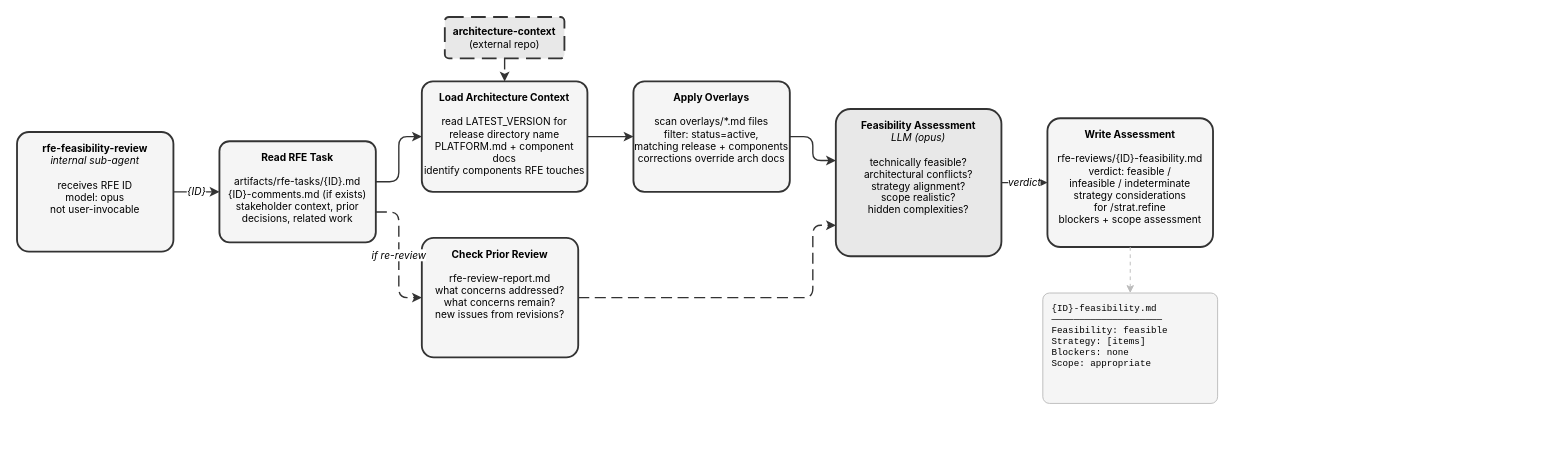
fege/skills-registry keeps this draw.io diagram as site/docs/plugins/rfe-creator/rfe-feasibility-review.drawio. Above is the earlier version. Source tidied: cells renumbered, new cells numbered last; positions are measured from the earlier drawing's top-left corner, leaving out a move shared by most shapes. Both pictures are drawn from the tidied source at 92%, with x=0, y=0 at pixel (17, 17).
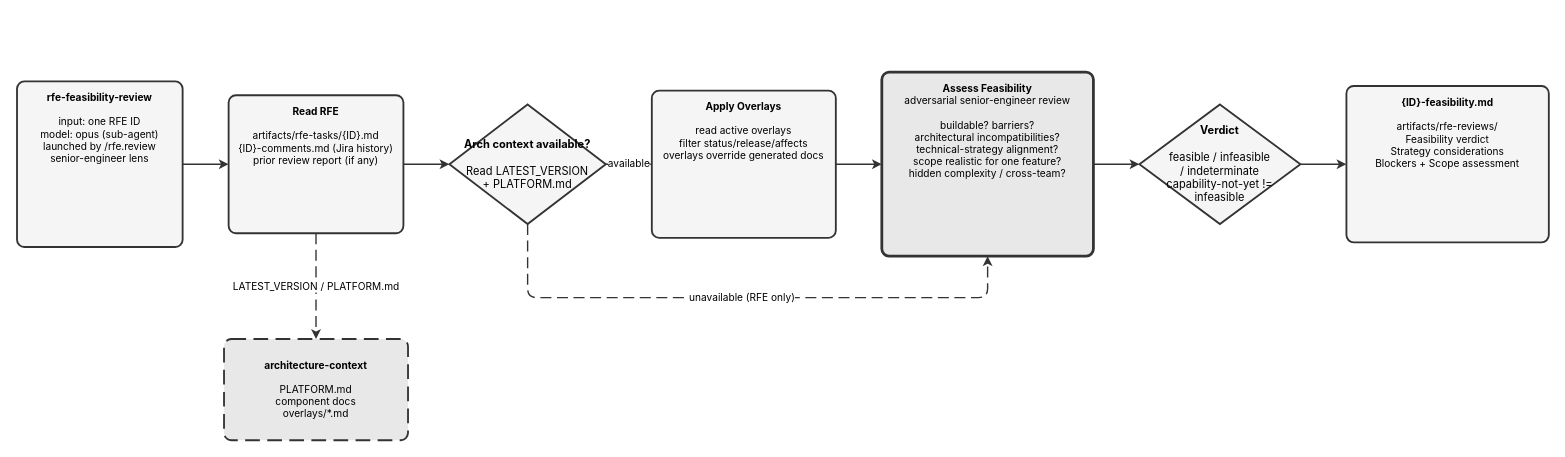
The same diagram, later.

What changed in the source:
```diff
@@
-    <mxCell id="2" value="&lt;b&gt;rfe-feasibility-review&lt;/b&gt;&lt;br&gt;&lt;i&gt;internal sub-agent&lt;/i&gt;&lt;br&gt;&lt;br&gt;receives RFE ID&lt;br&gt;model: opus&lt;br&gt;not user-invocable" style="rounded=1;whiteSpace=wrap;html=1;fillColor=#f5f5f5;strokeColor=#333333;strokeWidth=2;arcSize=10;verticalAlign=top;spacingTop=5;fontSize=11;fontFamily=Inter,Helvetica,Arial,sans-serif;" parent="1" vertex="1">
-      <mxGeometry y="125" width="170" height="130" as="geometry" />
+    <mxCell id="2" value="&lt;b&gt;rfe-feasibility-review&lt;/b&gt;&lt;br&gt;&lt;br&gt;input: one RFE ID&lt;br&gt;model: opus (sub-agent)&lt;br&gt;launched by /rfe.review&lt;br&gt;senior-engineer lens" style="rounded=1;whiteSpace=wrap;html=1;fillColor=#f5f5f5;strokeColor=#333333;strokeWidth=2;verticalAlign=top;spacingTop=5;fontSize=11;fontFamily=Inter,Helvetica,Arial,sans-serif;arcSize=16;absoluteArcSize=1;" parent="1" vertex="1">
+      <mxGeometry y="70" width="180" height="180" as="geometry" />
     </mxCell>
-    <mxCell id="3" value="&lt;b&gt;Read RFE Task&lt;/b&gt;&lt;br&gt;&lt;br&gt;artifacts/rfe-tasks/{ID}.md&lt;br&gt;{ID}-comments.md (if exists)&lt;br&gt;stakeholder context, prior&lt;br&gt;decisions, related work" style="rounded=1;whiteSpace=wrap;html=1;fillColor=#f5f5f5;strokeColor=#333333;strokeWidth=2;arcSize=10;verticalAlign=top;spacingTop=5;fontSize=11;fontFamily=Inter,Helvetica,Arial,sans-serif;" parent="1" vertex="1">
-      <mxGeometry x="220" y="135" width="170" height="110" as="geometry" />
+    <mxCell id="3" value="&lt;b&gt;Read RFE&lt;/b&gt;&lt;br&gt;&lt;br&gt;artifacts/rfe-tasks/{ID}.md&lt;br&gt;{ID}-comments.md (Jira history)&lt;br&gt;prior review report (if any)" style="rounded=1;whiteSpace=wrap;html=1;fillColor=#f5f5f5;strokeColor=#333333;strokeWidth=2;verticalAlign=top;spacingTop=5;fontSize=11;fontFamily=Inter,Helvetica,Arial,sans-serif;arcSize=16;absoluteArcSize=1;" parent="1" vertex="1">
+      <mxGeometry x="230" y="85" width="190" height="150" as="geometry" />
     </mxCell>
-    <mxCell id="4" value="&lt;b&gt;Load Architecture Context&lt;/b&gt;&lt;br&gt;&lt;br&gt;read LATEST_VERSION for&lt;br&gt;release directory name&lt;br&gt;PLATFORM.md + component docs&lt;br&gt;identify components RFE touches" style="rounded=1;whiteSpace=wrap;html=1;fillColor=#f5f5f5;strokeColor=#333333;strokeWidth=2;arcSize=10;verticalAlign=top;spacingTop=5;fontSize=11;fontFamily=Inter,Helvetica,Arial,sans-serif;" parent="1" vertex="1">
-      <mxGeometry x="440" y="70" width="180" height="120" as="geometry" />
-    </mxCell>
-    <mxCell id="5" value="&lt;b&gt;Check Prior Review&lt;/b&gt;&lt;br&gt;&lt;br&gt;rfe-review-report.md&lt;br&gt;what concerns addressed?&lt;br&gt;what concerns remain?&lt;br&gt;new issues from revisions?" style="rounded=1;whiteSpace=wrap;html=1;fillColor=#f5f5f5;strokeColor=#333333;strokeWidth=2;arcSize=10;verticalAlign=top;spacingTop=5;fontSize=11;fontFamily=Inter,Helvetica,Arial,sans-serif;" parent="1" vertex="1">
-      <mxGeometry x="440" y="240" width="170" height="130" as="geometry" />
-    </mxCell>
-    <mxCell id="6" value="&lt;b&gt;Apply Overlays&lt;/b&gt;&lt;br&gt;&lt;br&gt;scan overlays/*.md files&lt;br&gt;filter: status=active,&lt;br&gt;matching release + components&lt;br&gt;corrections override arch docs" style="rounded=1;whiteSpace=wrap;html=1;fillColor=#f5f5f5;strokeColor=#333333;strokeWidth=2;arcSize=10;verticalAlign=top;spacingTop=5;fontSize=11;fontFamily=Inter,Helvetica,Arial,sans-serif;" parent="1" vertex="1">
-      <mxGeometry x="670" y="70" width="170" height="120" as="geometry" />
-    </mxCell>
+    <mxCell id="20" value="&lt;b&gt;Arch context available?&lt;/b&gt;&lt;br&gt;&lt;br&gt;Read LATEST_VERSION&lt;br&gt;+ PLATFORM.md" style="rhombus;whiteSpace=wrap;html=1;fillColor=#f5f5f5;strokeColor=#333333;strokeWidth=2;fontSize=12;fontFamily=Inter,Helvetica,Arial,sans-serif;" parent="1" vertex="1">
+      <mxGeometry x="470" y="95" width="170" height="130" as="geometry" />
+    </mxCell>
+    <mxCell id="21" value="&lt;b&gt;Apply Overlays&lt;/b&gt;&lt;br&gt;&lt;br&gt;read active overlays&lt;br&gt;filter status/release/affects&lt;br&gt;overlays override generated docs" style="rounded=1;whiteSpace=wrap;html=1;fillColor=#f5f5f5;strokeColor=#333333;strokeWidth=2;verticalAlign=top;spacingTop=5;fontSize=11;fontFamily=Inter,Helvetica,Arial,sans-serif;arcSize=16;absoluteArcSize=1;" parent="1" vertex="1">
+      <mxGeometry x="690" y="80" width="200" height="160" as="geometry" />
+    </mxCell>
-    <mxCell id="7" value="&lt;b&gt;Feasibility Assessment&lt;/b&gt;&lt;br&gt;&lt;i&gt;LLM (opus)&lt;/i&gt;&lt;br&gt;&lt;br&gt;technically feasible?&lt;br&gt;architectural conflicts?&lt;br&gt;strategy alignment?&lt;br&gt;scope realistic?&lt;br&gt;hidden complexities?" style="rounded=1;whiteSpace=wrap;html=1;fillColor=#e8e8e8;strokeColor=#333333;strokeWidth=2;arcSize=10;verticalAlign=top;spacingTop=5;fontSize=11;fontFamily=Inter,Helvetica,Arial,sans-serif;" parent="1" vertex="1">
-      <mxGeometry x="890" y="100" width="180" height="160" as="geometry" />
+    <mxCell id="7" value="&lt;b&gt;Assess Feasibility&lt;/b&gt;&lt;br&gt;adversarial senior-engineer review&lt;br&gt;&lt;br&gt;buildable? barriers?&lt;br&gt;architectural incompatibilities?&lt;br&gt;technical-strategy alignment?&lt;br&gt;scope realistic for one feature?&lt;br&gt;hidden complexity / cross-team?" style="rounded=1;whiteSpace=wrap;html=1;fillColor=#e8e8e8;strokeColor=#333333;strokeWidth=3;verticalAlign=top;spacingTop=5;fontSize=11;fontFamily=Inter,Helvetica,Arial,sans-serif;double=1;arcSize=16;absoluteArcSize=1;" parent="1" vertex="1">
+      <mxGeometry x="940" y="60" width="230" height="200" as="geometry" />
     </mxCell>
-    <mxCell id="8" value="&lt;b&gt;Write Assessment&lt;/b&gt;&lt;br&gt;&lt;br&gt;rfe-reviews/{ID}-feasibility.md&lt;br&gt;verdict: feasible /&lt;br&gt;infeasible / indeterminate&lt;br&gt;strategy considerations&lt;br&gt;for /strat.refine&lt;br&gt;blockers + scope assessment" style="rounded=1;whiteSpace=wrap;html=1;fillColor=#f5f5f5;strokeColor=#333333;strokeWidth=2;arcSize=10;verticalAlign=top;spacingTop=5;fontSize=11;fontFamily=Inter,Helvetica,Arial,sans-serif;" parent="1" vertex="1">
-      <mxGeometry x="1120" y="110" width="180" height="140" as="geometry" />
-    </mxCell>
-    <mxCell id="9" value="&lt;b&gt;architecture-context&lt;/b&gt;&lt;br&gt;(external repo)" style="rounded=1;whiteSpace=wrap;html=1;fillColor=#e8e8e8;strokeColor=#333333;strokeWidth=2;arcSize=10;dashed=1;dashPattern=8 4;verticalAlign=middle;fontSize=11;fontFamily=Inter,Helvetica,Arial,sans-serif;" parent="1" vertex="1">
-      <mxGeometry x="465" width="130" height="45" as="geometry" />
-    </mxCell>
-    <mxCell id="10" value="{ID}-feasibility.md&lt;br&gt;────────────────────&lt;br&gt;Feasibility: feasible&lt;br&gt;Strategy: [items]&lt;br&gt;Blockers: none&lt;br&gt;Scope: appropriate" style="rounded=1;whiteSpace=wrap;html=1;fillColor=#f5f5f5;strokeColor=#bbbbbb;strokeWidth=1;arcSize=6;verticalAlign=top;spacingTop=5;align=left;spacingLeft=8;fontSize=10;fontFamily=JetBrains Mono,Courier New,monospace;" parent="1" vertex="1">
-      <mxGeometry x="1115" y="300" width="190" height="120" as="geometry" />
-    </mxCell>
+    <mxCell id="22" value="&lt;b&gt;Verdict&lt;/b&gt;&lt;br&gt;&lt;br&gt;feasible / infeasible&lt;br&gt;/ indeterminate&lt;br&gt;capability-not-yet != infeasible" style="rhombus;whiteSpace=wrap;html=1;fillColor=#f5f5f5;strokeColor=#333333;strokeWidth=2;fontSize=12;fontFamily=Inter,Helvetica,Arial,sans-serif;" parent="1" vertex="1">
+      <mxGeometry x="1220" y="95" width="175" height="130" as="geometry" />
+    </mxCell>
+    <mxCell id="23" value="&lt;b&gt;{ID}-feasibility.md&lt;/b&gt;&lt;br&gt;&lt;br&gt;artifacts/rfe-reviews/&lt;br&gt;Feasibility verdict&lt;br&gt;Strategy considerations&lt;br&gt;Blockers + Scope assessment" style="rounded=1;whiteSpace=wrap;html=1;fillColor=#f5f5f5;strokeColor=#333333;strokeWidth=2;verticalAlign=top;spacingTop=5;fontSize=11;fontFamily=Inter,Helvetica,Arial,sans-serif;arcSize=16;absoluteArcSize=1;" parent="1" vertex="1">
+      <mxGeometry x="1445" y="75" width="220" height="170" as="geometry" />
+    </mxCell>
+    <mxCell id="24" value="&lt;b&gt;architecture-context&lt;/b&gt;&lt;br&gt;&lt;br&gt;PLATFORM.md&lt;br&gt;component docs&lt;br&gt;overlays/*.md" style="rounded=1;whiteSpace=wrap;html=1;fillColor=#e8e8e8;strokeColor=#333333;strokeWidth=2;dashed=1;dashPattern=8 4;verticalAlign=middle;fontSize=11;fontFamily=Inter,Helvetica,Arial,sans-serif;arcSize=16;absoluteArcSize=1;" parent="1" vertex="1">
+      <mxGeometry x="225" y="350" width="200" height="110" as="geometry" />
+    </mxCell>
-    <mxCell id="11" value="{ID}" style="edgeStyle=orthogonalEdgeStyle;rounded=1;strokeColor=#333333;strokeWidth=1.5;html=1;fontFamily=Inter,Helvetica,Arial,sans-serif;fontStyle=2;fontSize=11;exitX=1;exitY=0.5;exitDx=0;exitDy=0;entryX=0;entryY=0.5;entryDx=0;entryDy=0;" parent="1" edge="1" source="2" target="3">
+    <mxCell id="11" style="edgeStyle=orthogonalEdgeStyle;rounded=1;strokeColor=#333333;strokeWidth=1.5;html=1;fontFamily=Inter,Helvetica,Arial,sans-serif;exitX=1.0;exitY=0.5;exitDx=0;exitDy=0;entryX=0.0;entryY=0.5;entryDx=0;entryDy=0;" parent="1" edge="1" source="2" target="3">
       <mxGeometry relative="1" as="geometry" />
     </mxCell>
-    <mxCell id="12" style="edgeStyle=orthogonalEdgeStyle;rounded=1;strokeColor=#333333;strokeWidth=1.5;html=1;fontFamily=Inter,Helvetica,Arial,sans-serif;exitX=1;exitY=0.4;exitDx=0;exitDy=0;entryX=0;entryY=0.5;entryDx=0;entryDy=0;" parent="1" edge="1" source="3" target="4">
-      <mxGeometry relative="1" as="geometry">
-        <Array as="points">
-          <mxPoint x="415" y="179" />
-          <mxPoint x="415" y="130" />
-        </Array>
-      </mxGeometry>
-    </mxCell>
-    <mxCell id="13" value="if re-review" style="edgeStyle=orthogonalEdgeStyle;rounded=1;strokeColor=#333333;strokeWidth=1.5;dashed=1;dashPattern=8 4;html=1;fontFamily=Inter,Helvetica,Arial,sans-serif;fontStyle=2;fontSize=11;exitX=1;exitY=0.7;exitDx=0;exitDy=0;entryX=0;entryY=0.5;entryDx=0;entryDy=0;" parent="1" edge="1" source="3" target="5">
-      <mxGeometry relative="1" as="geometry">
-        <Array as="points">
-          <mxPoint x="415" y="212" />
-          <mxPoint x="415" y="305" />
-        </Array>
-      </mxGeometry>
-    </mxCell>
-    <mxCell id="14" style="edgeStyle=orthogonalEdgeStyle;rounded=1;strokeColor=#333333;strokeWidth=1.5;dashed=1;dashPattern=8 4;html=1;fontFamily=Inter,Helvetica,Arial,sans-serif;exitX=0.5;exitY=1;exitDx=0;exitDy=0;entryX=0.5;entryY=0;entryDx=0;entryDy=0;" parent="1" edge="1" source="9" target="4">
-      <mxGeometry relative="1" as="geometry" />
-    </mxCell>
-    <mxCell id="15" style="edgeStyle=orthogonalEdgeStyle;rounded=1;strokeColor=#333333;strokeWidth=1.5;html=1;fontFamily=Inter,Helvetica,Arial,sans-serif;exitX=1;exitY=0.5;exitDx=0;exitDy=0;entryX=0;entryY=0.5;entryDx=0;entryDy=0;" parent="1" edge="1" source="4" target="6">
-      <mxGeometry relative="1" as="geometry" />
-    </mxCell>
-    <mxCell id="16" style="edgeStyle=orthogonalEdgeStyle;rounded=1;strokeColor=#333333;strokeWidth=1.5;html=1;fontFamily=Inter,Helvetica,Arial,sans-serif;exitX=1;exitY=0.5;exitDx=0;exitDy=0;entryX=0;entryY=0.35;entryDx=0;entryDy=0;" parent="1" edge="1" source="6" target="7">
-      <mxGeometry relative="1" as="geometry">
-        <Array as="points">
-          <mxPoint x="865" y="130" />
-          <mxPoint x="865" y="156" />
-        </Array>
-      </mxGeometry>
-    </mxCell>
-    <mxCell id="17" style="edgeStyle=orthogonalEdgeStyle;rounded=1;strokeColor=#333333;strokeWidth=1.5;dashed=1;dashPattern=8 4;html=1;fontFamily=Inter,Helvetica,Arial,sans-serif;exitX=1;exitY=0.5;exitDx=0;exitDy=0;entryX=0;entryY=0.79;entryDx=0;entryDy=0;" parent="1" edge="1" source="5" target="7">
-      <mxGeometry relative="1" as="geometry">
-        <Array as="points">
-          <mxPoint x="865" y="305" />
-          <mxPoint x="865" y="226" />
-        </Array>
-      </mxGeometry>
-    </mxCell>
-    <mxCell id="18" value="verdict" style="edgeStyle=orthogonalEdgeStyle;rounded=1;strokeColor=#333333;strokeWidth=1.5;html=1;fontFamily=Inter,Helvetica,Arial,sans-serif;fontStyle=2;fontSize=11;exitX=1;exitY=0.5;exitDx=0;exitDy=0;entryX=0;entryY=0.5;entryDx=0;entryDy=0;" parent="1" edge="1" source="7" target="8">
-      <mxGeometry relative="1" as="geometry" />
-    </mxCell>
-    <mxCell id="19" style="edgeStyle=orthogonalEdgeStyle;rounded=1;strokeColor=#bbbbbb;strokeWidth=1;dashed=1;dashPattern=4 4;html=1;fontFamily=Inter,Helvetica,Arial,sans-serif;exitX=0.5;exitY=1;exitDx=0;exitDy=0;entryX=0.5;entryY=0;entryDx=0;entryDy=0;" parent="1" edge="1" source="8" target="10">
-      <mxGeometry relative="1" as="geometry" />
-    </mxCell>
+    <mxCell id="25" style="edgeStyle=orthogonalEdgeStyle;rounded=1;strokeColor=#333333;strokeWidth=1.5;html=1;fontFamily=Inter,Helvetica,Arial,sans-serif;exitX=1.0;exitY=0.5;exitDx=0;exitDy=0;entryX=0.0;entryY=0.5;entryDx=0;entryDy=0;" parent="1" edge="1" source="3" target="20">
+      <mxGeometry relative="1" as="geometry" />
+    </mxCell>
+    <mxCell id="26" value="available" style="edgeStyle=orthogonalEdgeStyle;rounded=1;strokeColor=#333333;strokeWidth=1.5;html=1;fontFamily=Inter,Helvetica,Arial,sans-serif;exitX=1.0;exitY=0.5;exitDx=0;exitDy=0;entryX=0.0;entryY=0.5;entryDx=0;entryDy=0;" parent="1" edge="1" source="20" target="21">
+      <mxGeometry relative="1" as="geometry" />
+    </mxCell>
+    <mxCell id="27" value="unavailable (RFE only)" style="edgeStyle=orthogonalEdgeStyle;rounded=1;strokeColor=#333333;strokeWidth=1.5;html=1;fontFamily=Inter,Helvetica,Arial,sans-serif;dashed=1;dashPattern=8 4;exitX=0.5;exitY=1.0;exitDx=0;exitDy=0;entryX=0.5;entryY=1.0;entryDx=0;entryDy=0;" parent="1" edge="1" source="20" target="7">
+      <mxGeometry relative="1" as="geometry">
+        <Array as="points">
+          <mxPoint x="555" y="305" />
+          <mxPoint x="1055" y="305" />
+        </Array>
+      </mxGeometry>
+    </mxCell>
+    <mxCell id="28" style="edgeStyle=orthogonalEdgeStyle;rounded=1;strokeColor=#333333;strokeWidth=1.5;html=1;fontFamily=Inter,Helvetica,Arial,sans-serif;exitX=1.0;exitY=0.5;exitDx=0;exitDy=0;entryX=0.0;entryY=0.5;entryDx=0;entryDy=0;" parent="1" edge="1" source="21" target="7">
+      <mxGeometry relative="1" as="geometry" />
+    </mxCell>
+    <mxCell id="29" style="edgeStyle=orthogonalEdgeStyle;rounded=1;strokeColor=#333333;strokeWidth=1.5;html=1;fontFamily=Inter,Helvetica,Arial,sans-serif;exitX=1.0;exitY=0.5;exitDx=0;exitDy=0;entryX=0.0;entryY=0.5;entryDx=0;entryDy=0;" parent="1" edge="1" source="7" target="22">
+      <mxGeometry relative="1" as="geometry" />
+    </mxCell>
+    <mxCell id="30" style="edgeStyle=orthogonalEdgeStyle;rounded=1;strokeColor=#333333;strokeWidth=1.5;html=1;fontFamily=Inter,Helvetica,Arial,sans-serif;exitX=1.0;exitY=0.5;exitDx=0;exitDy=0;entryX=0.0;entryY=0.5;entryDx=0;entryDy=0;" parent="1" edge="1" source="22" target="23">
+      <mxGeometry relative="1" as="geometry" />
+    </mxCell>
+    <mxCell id="31" value="LATEST_VERSION / PLATFORM.md" style="edgeStyle=orthogonalEdgeStyle;rounded=1;strokeColor=#333333;strokeWidth=1.5;html=1;fontFamily=Inter,Helvetica,Arial,sans-serif;dashed=1;dashPattern=8 4;exitX=0.5;exitY=1.0;exitDx=0;exitDy=0;entryX=0.5;entryY=0.0;entryDx=0;entryDy=0;" parent="1" edge="1" source="3" target="24">
+      <mxGeometry relative="1" as="geometry" />
+    </mxCell>
```
